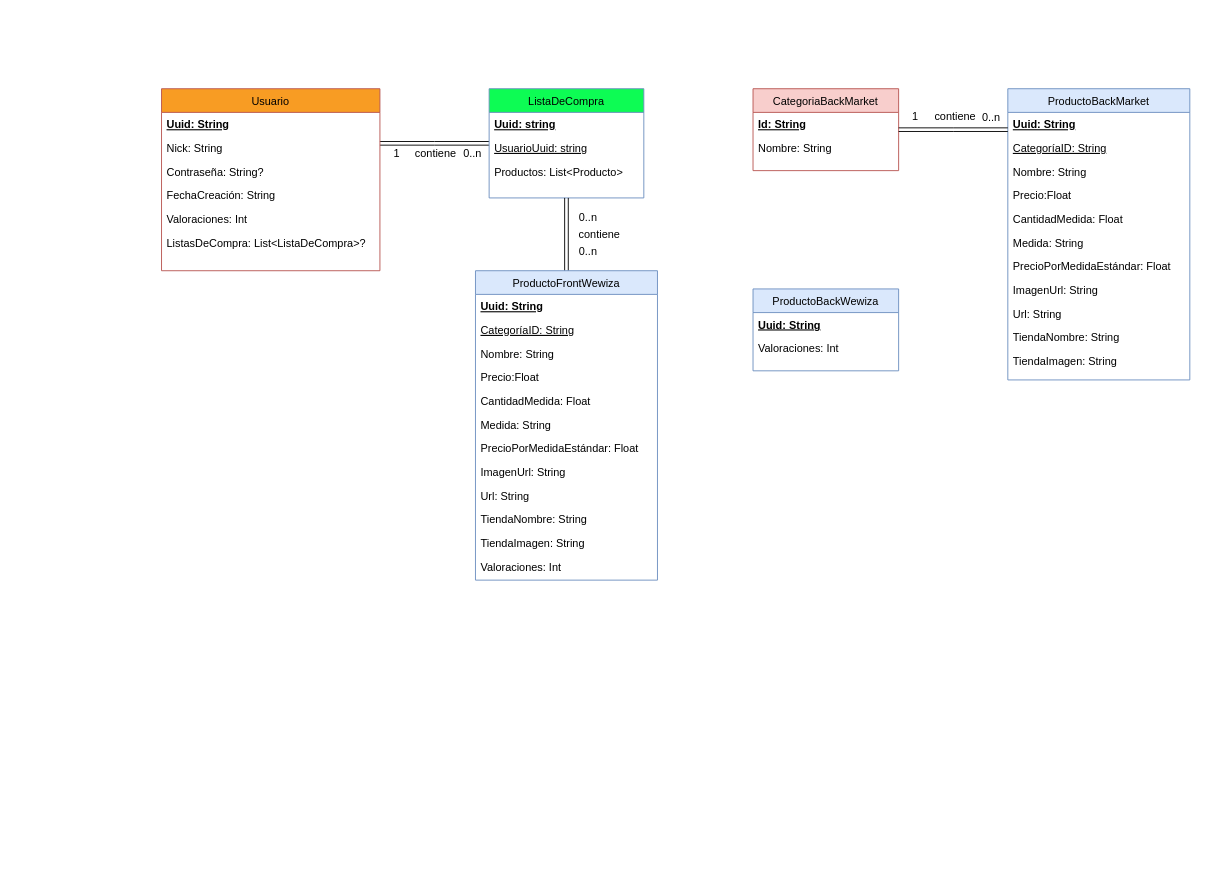
The draw.io diagram 02_Documentacion/ClassDiagram/Diagrama de clases Wewiza.drawio in agchivite/Wewiza, before the edit. Source tidied: cells renumbered, new cells numbered last; positions are measured from the earlier drawing's top-left corner, leaving out a move shared by most shapes. Both pictures are drawn from the tidied source at 91%, with x=0, y=0 at pixel (161, 88).
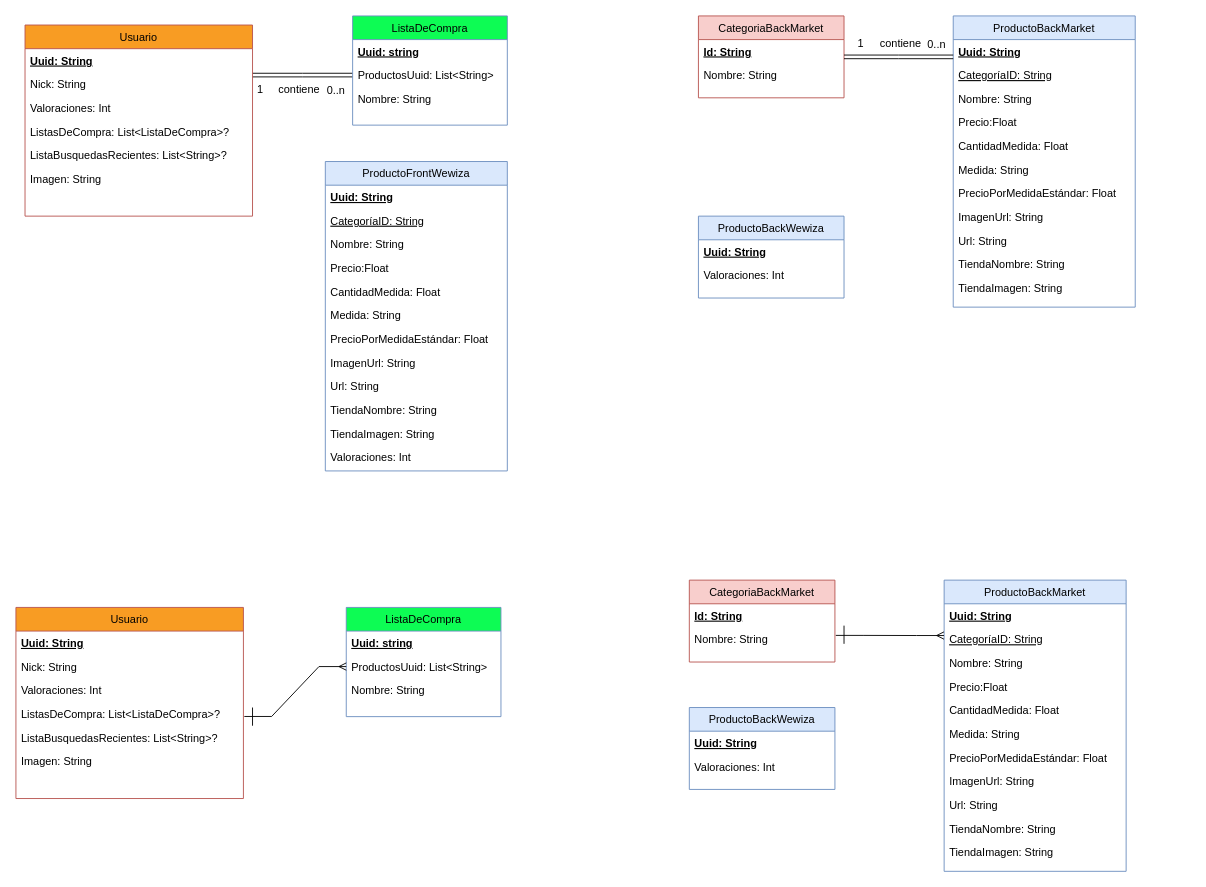
After the change.

Change to the diagram source:
```diff
@@
     <mxCell id="2" value="CategoriaBackMarket" style="swimlane;fontStyle=0;align=center;verticalAlign=top;horizontal=1;startSize=26;rounded=0;shadow=0;strokeWidth=1;fillColor=#f8cecc;strokeColor=#b85450;" parent="1" vertex="1">
-      <mxGeometry x="650" width="160" height="90" as="geometry" />
+      <mxGeometry x="590" y="-80" width="160" height="90" as="geometry" />
     </mxCell>
@@
     <mxCell id="6" value="ProductoBackMarket" style="swimlane;fontStyle=0;align=center;verticalAlign=top;horizontal=1;startSize=26;rounded=0;shadow=0;strokeWidth=1;fillColor=#dae8fc;strokeColor=#6c8ebf;" parent="1" vertex="1">
-      <mxGeometry x="930" width="200" height="320" as="geometry" />
+      <mxGeometry x="870" y="-80" width="200" height="320" as="geometry" />
     </mxCell>
@@
     <mxCell id="21" value="Usuario" style="swimlane;fontStyle=0;align=center;verticalAlign=top;horizontal=1;startSize=26;rounded=0;shadow=0;strokeWidth=1;fillColor=#F89C23;strokeColor=#b85450;" parent="1" vertex="1">
-      <mxGeometry width="240" height="200" as="geometry" />
+      <mxGeometry x="-150" y="-70" width="250" height="210" as="geometry" />
     </mxCell>
     <mxCell id="22" value="Uuid: String" style="text;align=left;verticalAlign=top;spacingLeft=4;spacingRight=4;overflow=hidden;fontStyle=5;" parent="21" vertex="1">
-      <mxGeometry y="26" width="240" height="26" as="geometry" />
+      <mxGeometry y="26" width="250" height="26" as="geometry" />
     </mxCell>
     <mxCell id="23" value="Nick: String " style="text;align=left;verticalAlign=top;spacingLeft=4;spacingRight=4;overflow=hidden;rounded=0;shadow=0;html=0;" parent="21" vertex="1">
-      <mxGeometry y="52" width="240" height="26" as="geometry" />
+      <mxGeometry y="52" width="250" height="26" as="geometry" />
     </mxCell>
-    <mxCell id="24" value="Contraseña: String?" style="text;align=left;verticalAlign=top;spacingLeft=4;spacingRight=4;overflow=hidden;rounded=0;shadow=0;html=0;" parent="21" vertex="1">
-      <mxGeometry y="78" width="240" height="26" as="geometry" />
-    </mxCell>
-    <mxCell id="25" value="FechaCreación: String " style="text;align=left;verticalAlign=top;spacingLeft=4;spacingRight=4;overflow=hidden;rounded=0;shadow=0;html=0;" parent="21" vertex="1">
-      <mxGeometry y="104" width="240" height="26" as="geometry" />
-    </mxCell>
     <mxCell id="26" value="Valoraciones: Int" style="text;align=left;verticalAlign=top;spacingLeft=4;spacingRight=4;overflow=hidden;rounded=0;shadow=0;html=0;" parent="21" vertex="1">
-      <mxGeometry y="130" width="240" height="26" as="geometry" />
+      <mxGeometry y="78" width="250" height="26" as="geometry" />
     </mxCell>
     <mxCell id="27" value="ListasDeCompra: List&lt;ListaDeCompra&gt;?" style="text;align=left;verticalAlign=top;spacingLeft=4;spacingRight=4;overflow=hidden;rounded=0;shadow=0;html=0;" parent="21" vertex="1">
-      <mxGeometry y="156" width="240" height="26" as="geometry" />
+      <mxGeometry y="104" width="250" height="26" as="geometry" />
     </mxCell>
+    <mxCell id="56" value="ListaBusquedasRecientes: List&lt;String&gt;?" style="text;align=left;verticalAlign=top;spacingLeft=4;spacingRight=4;overflow=hidden;rounded=0;shadow=0;html=0;" parent="21" vertex="1">
+      <mxGeometry y="130" width="250" height="26" as="geometry" />
+    </mxCell>
+    <mxCell id="57" value="Imagen: String " style="text;align=left;verticalAlign=top;spacingLeft=4;spacingRight=4;overflow=hidden;rounded=0;shadow=0;html=0;" parent="21" vertex="1">
+      <mxGeometry y="156" width="250" height="26" as="geometry" />
+    </mxCell>
     <mxCell id="28" value="ListaDeCompra" style="swimlane;fontStyle=0;align=center;verticalAlign=top;horizontal=1;startSize=26;rounded=0;shadow=0;strokeWidth=1;fillColor=#0DFC54;strokeColor=#6c8ebf;" parent="1" vertex="1">
-      <mxGeometry x="360" width="170" height="120" as="geometry" />
+      <mxGeometry x="210" y="-80" width="170" height="120" as="geometry" />
     </mxCell>
@@
-    <mxCell id="30" value="UsuarioUuid: string" style="text;align=left;verticalAlign=top;spacingLeft=4;spacingRight=4;overflow=hidden;rounded=0;shadow=0;html=0;fontStyle=4;" parent="28" vertex="1">
-      <mxGeometry y="52" width="170" height="26" as="geometry" />
-    </mxCell>
-    <mxCell id="31" value="Productos: List&lt;Producto&gt;" style="text;align=left;verticalAlign=top;spacingLeft=4;spacingRight=4;overflow=hidden;rounded=0;shadow=0;html=0;" parent="28" vertex="1">
-      <mxGeometry y="78" width="170" height="26" as="geometry" />
+    <mxCell id="31" value="ProductosUuid: List&lt;String&gt;" style="text;align=left;verticalAlign=top;spacingLeft=4;spacingRight=4;overflow=hidden;rounded=0;shadow=0;html=0;" parent="28" vertex="1">
+      <mxGeometry y="52" width="170" height="26" as="geometry" />
     </mxCell>
+    <mxCell id="58" value="Nombre: String" style="text;align=left;verticalAlign=top;spacingLeft=4;spacingRight=4;overflow=hidden;rounded=0;shadow=0;html=0;" parent="28" vertex="1">
+      <mxGeometry y="78" width="170" height="26" as="geometry" />
+    </mxCell>
     <mxCell id="32" value="ProductoBackWewiza" style="swimlane;fontStyle=0;align=center;verticalAlign=top;horizontal=1;startSize=26;rounded=0;shadow=0;strokeWidth=1;fillColor=#dae8fc;strokeColor=#6c8ebf;" parent="1" vertex="1">
-      <mxGeometry x="650" y="220" width="160" height="90" as="geometry" />
+      <mxGeometry x="590" y="140" width="160" height="90" as="geometry" />
     </mxCell>
@@
-    <mxCell id="35" style="edgeStyle=orthogonalEdgeStyle;rounded=0;jettySize=auto;html=1;entryX=0.5;entryY=1;entryDx=0;entryDy=0;shape=link;" parent="1" edge="1" source="36" target="28">
-      <mxGeometry relative="1" as="geometry" />
-    </mxCell>
     <mxCell id="36" value="ProductoFrontWewiza" style="swimlane;fontStyle=0;align=center;verticalAlign=top;horizontal=1;startSize=26;rounded=0;shadow=0;strokeWidth=1;fillColor=#dae8fc;strokeColor=#6c8ebf;" parent="1" vertex="1">
-      <mxGeometry x="345" y="200" width="200" height="340" as="geometry" />
+      <mxGeometry x="180" y="80" width="200" height="340" as="geometry" />
     </mxCell>
@@
-    <mxCell id="49" value="contiene" style="text;html=1;align=center;verticalAlign=middle;labelBackgroundColor=none;rounded=0;shadow=0;strokeWidth=1;fontSize=12;" parent="1" vertex="1">
-      <mxGeometry x="480" y="160" as="geometry" />
-    </mxCell>
-    <mxCell id="50" value="0..n" style="align=right;verticalAlign=bottom;labelBackgroundColor=none;fontSize=12;" parent="1" vertex="1">
-      <mxGeometry x="470" y="150" as="geometry">
-        <mxPoint x="10" as="offset" />
-      </mxGeometry>
-    </mxCell>
-    <mxCell id="51" value="0..n" style="align=right;verticalAlign=bottom;labelBackgroundColor=none;fontSize=12;" parent="1" vertex="1">
-      <mxGeometry x="480" y="150" as="geometry">
-        <mxPoint y="37" as="offset" />
-      </mxGeometry>
-    </mxCell>
     <mxCell id="52" value="1" style="align=right;verticalAlign=bottom;labelBackgroundColor=none;fontSize=12;" parent="1" vertex="1">
-      <mxGeometry x="840" y="40" as="geometry">
+      <mxGeometry x="780" y="-40" as="geometry">
         <mxPoint x="-7" y="-1" as="offset" />
       </mxGeometry>
     </mxCell>
     <mxCell id="53" value="0..n" style="align=right;verticalAlign=bottom;labelBackgroundColor=none;fontSize=12;" parent="1" vertex="1">
-      <mxGeometry x="353" y="80" as="geometry" />
+      <mxGeometry x="203" y="10" as="geometry" />
     </mxCell>
     <mxCell id="54" value="contiene" style="text;html=1;align=center;verticalAlign=middle;labelBackgroundColor=none;rounded=0;shadow=0;strokeWidth=1;fontSize=12;" parent="1" vertex="1">
-      <mxGeometry x="300.4" y="70" as="geometry" />
+      <mxGeometry x="150.4" as="geometry" />
     </mxCell>
     <mxCell id="55" value="1" style="align=right;verticalAlign=bottom;labelBackgroundColor=none;fontSize=12;" parent="1" vertex="1">
-      <mxGeometry x="270" y="80.1" as="geometry">
+      <mxGeometry x="120" y="10.1" as="geometry">
         <mxPoint x="-7" y="-1" as="offset" />
       </mxGeometry>
     </mxCell>
+    <mxCell id="59" value="Usuario" style="swimlane;fontStyle=0;align=center;verticalAlign=top;horizontal=1;startSize=26;rounded=0;shadow=0;strokeWidth=1;fillColor=#F89C23;strokeColor=#b85450;" parent="1" vertex="1">
+      <mxGeometry x="-160" y="570" width="250" height="210" as="geometry" />
+    </mxCell>
+    <mxCell id="60" value="Uuid: String" style="text;align=left;verticalAlign=top;spacingLeft=4;spacingRight=4;overflow=hidden;fontStyle=5;" parent="59" vertex="1">
+      <mxGeometry y="26" width="250" height="26" as="geometry" />
+    </mxCell>
+    <mxCell id="61" value="Nick: String " style="text;align=left;verticalAlign=top;spacingLeft=4;spacingRight=4;overflow=hidden;rounded=0;shadow=0;html=0;" parent="59" vertex="1">
+      <mxGeometry y="52" width="250" height="26" as="geometry" />
+    </mxCell>
+    <mxCell id="62" value="Valoraciones: Int" style="text;align=left;verticalAlign=top;spacingLeft=4;spacingRight=4;overflow=hidden;rounded=0;shadow=0;html=0;" parent="59" vertex="1">
+      <mxGeometry y="78" width="250" height="26" as="geometry" />
+    </mxCell>
+    <mxCell id="63" value="ListasDeCompra: List&lt;ListaDeCompra&gt;?" style="text;align=left;verticalAlign=top;spacingLeft=4;spacingRight=4;overflow=hidden;points=[[0,0.5],[1,0.5]];portConstraint=eastwest;rounded=0;shadow=0;html=0;" parent="59" vertex="1">
+      <mxGeometry y="104" width="250" height="26" as="geometry" />
+    </mxCell>
+    <mxCell id="64" value="ListaBusquedasRecientes: List&lt;String&gt;?" style="text;align=left;verticalAlign=top;spacingLeft=4;spacingRight=4;overflow=hidden;rounded=0;shadow=0;html=0;" parent="59" vertex="1">
+      <mxGeometry y="130" width="250" height="26" as="geometry" />
+    </mxCell>
+    <mxCell id="65" value="Imagen: String " style="text;align=left;verticalAlign=top;spacingLeft=4;spacingRight=4;overflow=hidden;rounded=0;shadow=0;html=0;" parent="59" vertex="1">
+      <mxGeometry y="156" width="250" height="26" as="geometry" />
+    </mxCell>
+    <mxCell id="66" value="ListaDeCompra" style="swimlane;fontStyle=0;align=center;verticalAlign=top;horizontal=1;startSize=26;rounded=0;shadow=0;strokeWidth=1;fillColor=#0DFC54;strokeColor=#6c8ebf;" parent="1" vertex="1">
+      <mxGeometry x="203" y="570" width="170" height="120" as="geometry" />
+    </mxCell>
+    <mxCell id="67" value="Uuid: string" style="text;align=left;verticalAlign=top;spacingLeft=4;spacingRight=4;overflow=hidden;fontStyle=5;" parent="66" vertex="1">
+      <mxGeometry y="26" width="170" height="26" as="geometry" />
+    </mxCell>
+    <mxCell id="68" value="ProductosUuid: List&lt;String&gt;" style="text;align=left;verticalAlign=top;spacingLeft=4;spacingRight=4;overflow=hidden;points=[[0,0.5],[1,0.5]];portConstraint=eastwest;rounded=0;shadow=0;html=0;" parent="66" vertex="1">
+      <mxGeometry y="52" width="170" height="26" as="geometry" />
+    </mxCell>
+    <mxCell id="69" value="Nombre: String" style="text;align=left;verticalAlign=top;spacingLeft=4;spacingRight=4;overflow=hidden;rounded=0;shadow=0;html=0;" parent="66" vertex="1">
+      <mxGeometry y="78" width="170" height="26" as="geometry" />
+    </mxCell>
+    <mxCell id="70" style="edgeStyle=entityRelationEdgeStyle;fontSize=12;html=1;endArrow=ERmany;rounded=0;exitX=1.004;exitY=0.609;exitDx=0;exitDy=0;exitPerimeter=0;" parent="1" edge="1" source="63" target="68">
+      <mxGeometry relative="1" as="geometry" />
+    </mxCell>
+    <mxCell id="71" style="endArrow=none;html=1;rounded=0;" parent="1" edge="1">
+      <mxGeometry relative="1" as="geometry">
+        <mxPoint x="100" y="700" as="sourcePoint" />
+        <mxPoint x="100" y="680" as="targetPoint" />
+      </mxGeometry>
+    </mxCell>
+    <mxCell id="72" value="CategoriaBackMarket" style="swimlane;fontStyle=0;align=center;verticalAlign=top;horizontal=1;startSize=26;rounded=0;shadow=0;strokeWidth=1;fillColor=#f8cecc;strokeColor=#b85450;" parent="1" vertex="1">
+      <mxGeometry x="580" y="540" width="160" height="90" as="geometry" />
+    </mxCell>
+    <mxCell id="73" value="Id: String" style="text;align=left;verticalAlign=top;spacingLeft=4;spacingRight=4;overflow=hidden;fontStyle=5;" parent="72" vertex="1">
+      <mxGeometry y="26" width="160" height="26" as="geometry" />
+    </mxCell>
+    <mxCell id="74" value="Nombre: String " style="text;align=left;verticalAlign=top;spacingLeft=4;spacingRight=4;overflow=hidden;points=[[0,0.5],[1,0.5]];portConstraint=eastwest;rounded=0;shadow=0;html=0;" parent="72" vertex="1">
+      <mxGeometry y="52" width="160" height="26" as="geometry" />
+    </mxCell>
+    <mxCell id="75" value="ProductoBackMarket" style="swimlane;fontStyle=0;align=center;verticalAlign=top;horizontal=1;startSize=26;rounded=0;shadow=0;strokeWidth=1;fillColor=#dae8fc;strokeColor=#6c8ebf;" parent="1" vertex="1">
+      <mxGeometry x="860" y="540" width="200" height="320" as="geometry" />
+    </mxCell>
+    <mxCell id="76" value="Uuid: String" style="text;align=left;verticalAlign=top;spacingLeft=4;spacingRight=4;overflow=hidden;fontStyle=5;" parent="75" vertex="1">
+      <mxGeometry y="26" width="200" height="26" as="geometry" />
+    </mxCell>
+    <mxCell id="77" value="CategoríaID: String" style="text;align=left;verticalAlign=top;spacingLeft=4;spacingRight=4;overflow=hidden;points=[[0,0.5],[1,0.5]];portConstraint=eastwest;rounded=0;shadow=0;html=0;fontStyle=4;" parent="75" vertex="1">
+      <mxGeometry y="52" width="200" height="26" as="geometry" />
+    </mxCell>
+    <mxCell id="78" value="Nombre: String " style="text;align=left;verticalAlign=top;spacingLeft=4;spacingRight=4;overflow=hidden;rounded=0;shadow=0;html=0;" parent="75" vertex="1">
+      <mxGeometry y="78" width="200" height="26" as="geometry" />
+    </mxCell>
+    <mxCell id="79" value="Precio:Float" style="text;align=left;verticalAlign=top;spacingLeft=4;spacingRight=4;overflow=hidden;rounded=0;shadow=0;html=0;" parent="75" vertex="1">
+      <mxGeometry y="104" width="200" height="26" as="geometry" />
+    </mxCell>
+    <mxCell id="80" value="CantidadMedida: Float" style="text;align=left;verticalAlign=top;spacingLeft=4;spacingRight=4;overflow=hidden;rounded=0;shadow=0;html=0;" parent="75" vertex="1">
+      <mxGeometry y="130" width="200" height="26" as="geometry" />
+    </mxCell>
+    <mxCell id="81" value="Medida: String " style="text;align=left;verticalAlign=top;spacingLeft=4;spacingRight=4;overflow=hidden;rounded=0;shadow=0;html=0;" parent="75" vertex="1">
+      <mxGeometry y="156" width="200" height="26" as="geometry" />
+    </mxCell>
+    <mxCell id="82" value="PrecioPorMedidaEstándar: Float&#10;" style="text;align=left;verticalAlign=top;spacingLeft=4;spacingRight=4;overflow=hidden;rounded=0;shadow=0;html=0;" parent="75" vertex="1">
+      <mxGeometry y="182" width="200" height="26" as="geometry" />
+    </mxCell>
+    <mxCell id="83" value="ImagenUrl: String " style="text;align=left;verticalAlign=top;spacingLeft=4;spacingRight=4;overflow=hidden;rounded=0;shadow=0;html=0;" parent="75" vertex="1">
+      <mxGeometry y="208" width="200" height="26" as="geometry" />
+    </mxCell>
+    <mxCell id="84" value="Url: String " style="text;align=left;verticalAlign=top;spacingLeft=4;spacingRight=4;overflow=hidden;rounded=0;shadow=0;html=0;" parent="75" vertex="1">
+      <mxGeometry y="234" width="200" height="26" as="geometry" />
+    </mxCell>
+    <mxCell id="85" value="TiendaNombre: String &#10;" style="text;align=left;verticalAlign=top;spacingLeft=4;spacingRight=4;overflow=hidden;rounded=0;shadow=0;html=0;" parent="75" vertex="1">
+      <mxGeometry y="260" width="200" height="26" as="geometry" />
+    </mxCell>
+    <mxCell id="86" value="TiendaImagen: String &#10;" style="text;align=left;verticalAlign=top;spacingLeft=4;spacingRight=4;overflow=hidden;rounded=0;shadow=0;html=0;" parent="75" vertex="1">
+      <mxGeometry y="286" width="200" height="26" as="geometry" />
+    </mxCell>
+    <mxCell id="87" value="ProductoBackWewiza" style="swimlane;fontStyle=0;align=center;verticalAlign=top;horizontal=1;startSize=26;rounded=0;shadow=0;strokeWidth=1;fillColor=#dae8fc;strokeColor=#6c8ebf;" parent="1" vertex="1">
+      <mxGeometry x="580" y="680" width="160" height="90" as="geometry" />
+    </mxCell>
+    <mxCell id="88" value="Uuid: String" style="text;align=left;verticalAlign=top;spacingLeft=4;spacingRight=4;overflow=hidden;fontStyle=5;" parent="87" vertex="1">
+      <mxGeometry y="26" width="160" height="26" as="geometry" />
+    </mxCell>
+    <mxCell id="89" value="Valoraciones: Int&#10;" style="text;align=left;verticalAlign=top;spacingLeft=4;spacingRight=4;overflow=hidden;rounded=0;shadow=0;html=0;" parent="87" vertex="1">
+      <mxGeometry y="52" width="160" height="28" as="geometry" />
+    </mxCell>
+    <mxCell id="90" style="edgeStyle=entityRelationEdgeStyle;fontSize=12;html=1;endArrow=ERmany;rounded=0;exitX=1.006;exitY=0.336;exitDx=0;exitDy=0;exitPerimeter=0;entryX=-0.001;entryY=0.341;entryDx=0;entryDy=0;entryPerimeter=0;" parent="1" edge="1" source="74" target="77">
+      <mxGeometry relative="1" as="geometry" />
+    </mxCell>
+    <mxCell id="91" style="endArrow=none;html=1;rounded=0;" parent="1" edge="1">
+      <mxGeometry relative="1" as="geometry">
+        <mxPoint x="750" y="610" as="sourcePoint" />
+        <mxPoint x="750" y="590" as="targetPoint" />
+      </mxGeometry>
+    </mxCell>
```
